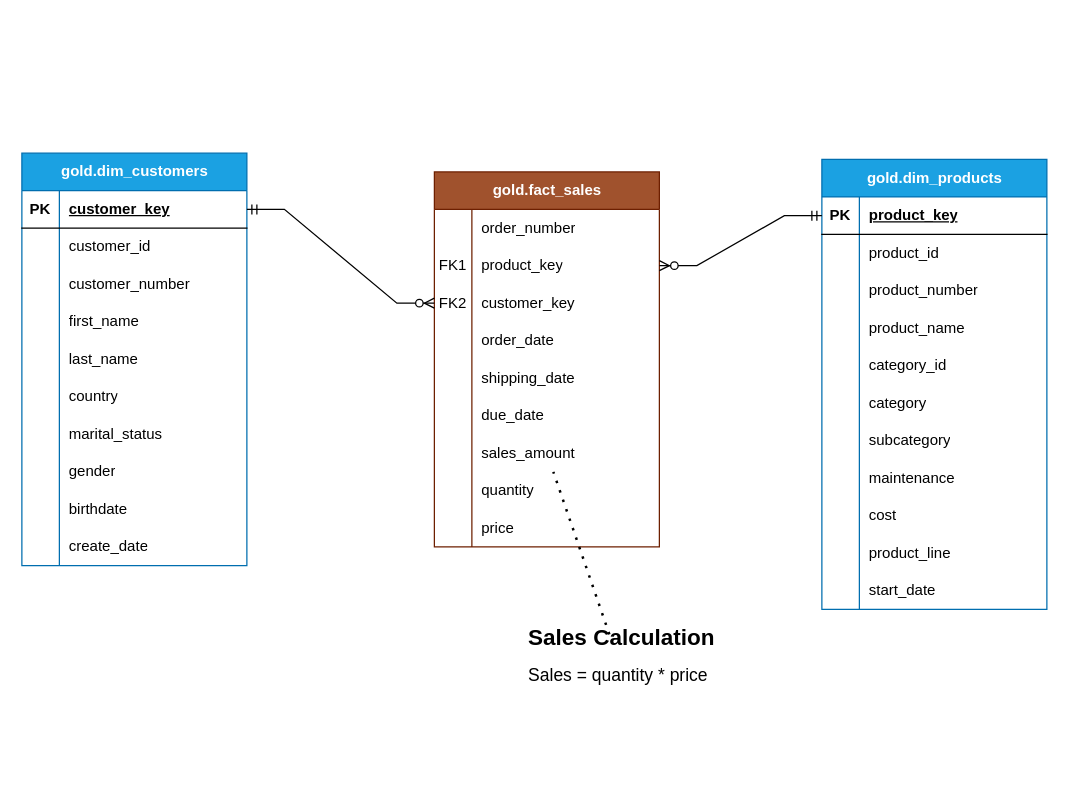
This is docs/Başlıksız Diyagram.drawio from erdemdlc/SQL_Datawarehouse_Project, a draw.io file, before an edit. Source tidied: cells renumbered, new cells numbered last; positions are measured from the earlier drawing's top-left corner, leaving out a move shared by most shapes. Both pictures are drawn from the tidied source at 125%, with x=0, y=0 at pixel (21, 152).
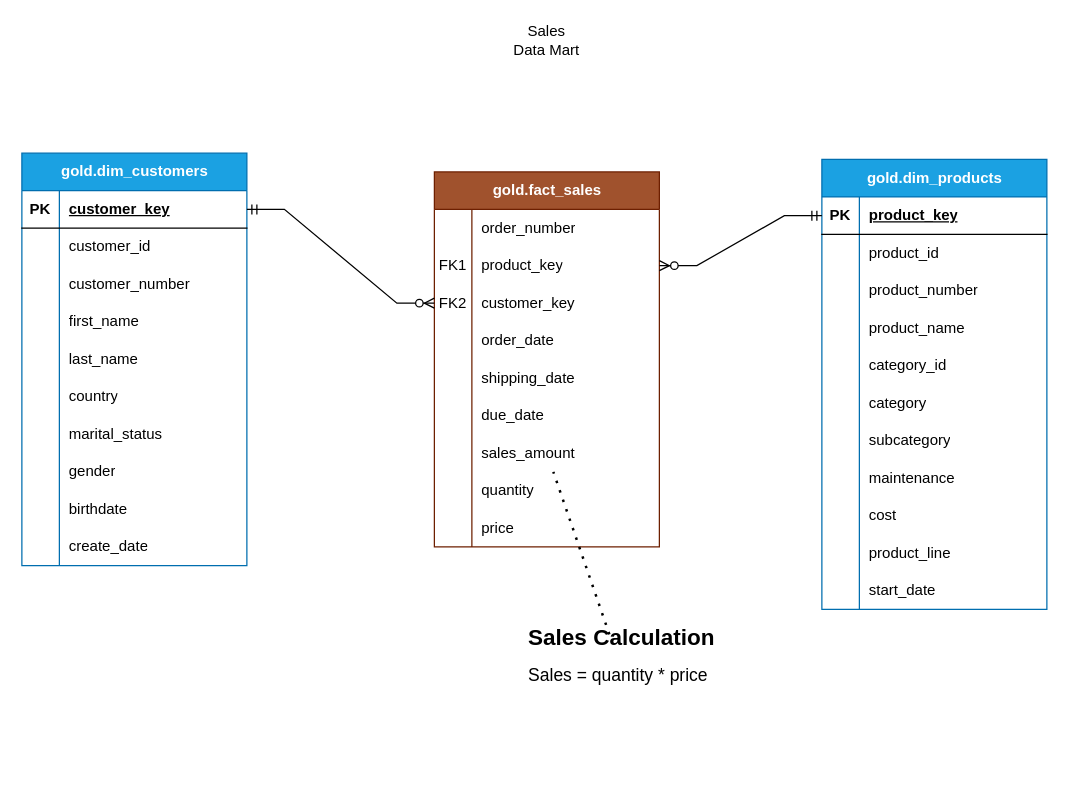
After the change.

The edit, as a diff of the source:
```diff
@@
+    <mxCell id="99" value="Sales Data Mart" style="text;html=1;align=center;verticalAlign=middle;whiteSpace=wrap;rounded=0;" parent="1" vertex="1">
+      <mxGeometry x="390" y="-105" width="60" height="30" as="geometry" />
+    </mxCell>
```
